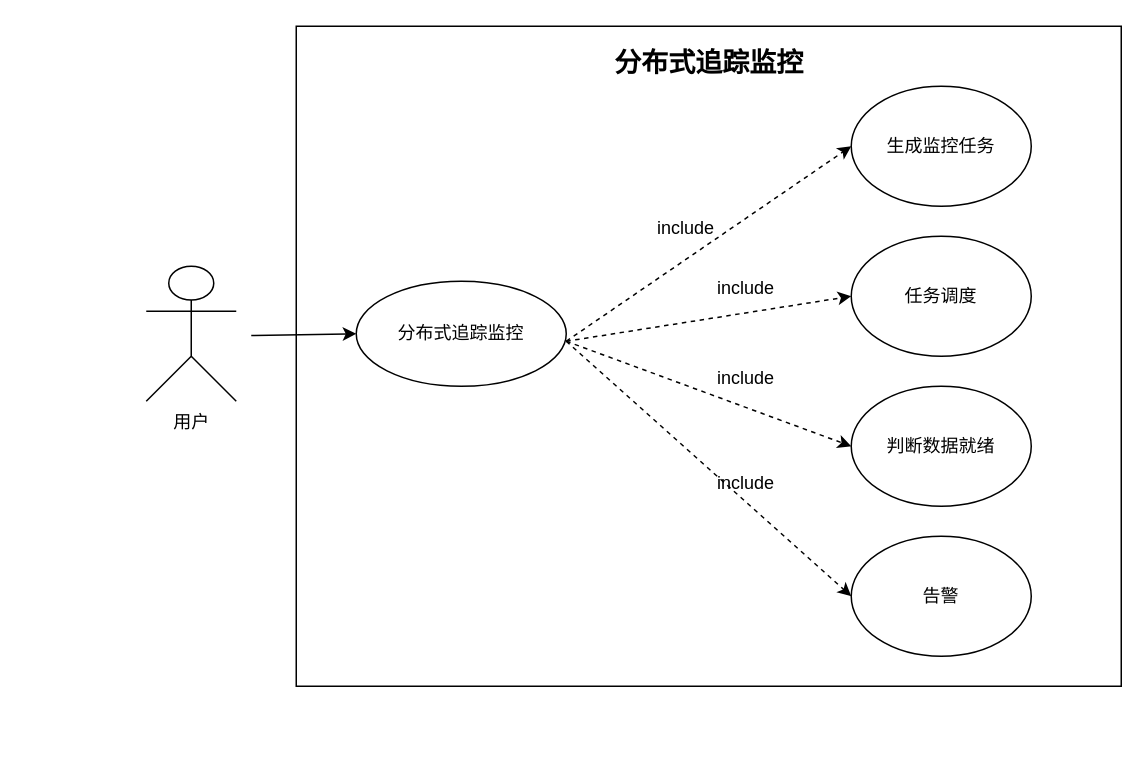
The draw.io diagram 1.7.drawio in tiankuanyu/test, before the edit. Source tidied: cells renumbered, new cells numbered last; positions are measured from the earlier drawing's top-left corner, leaving out a move shared by most shapes. Both pictures are drawn from the tidied source at 150%, with x=0, y=0 at pixel (146, 26).
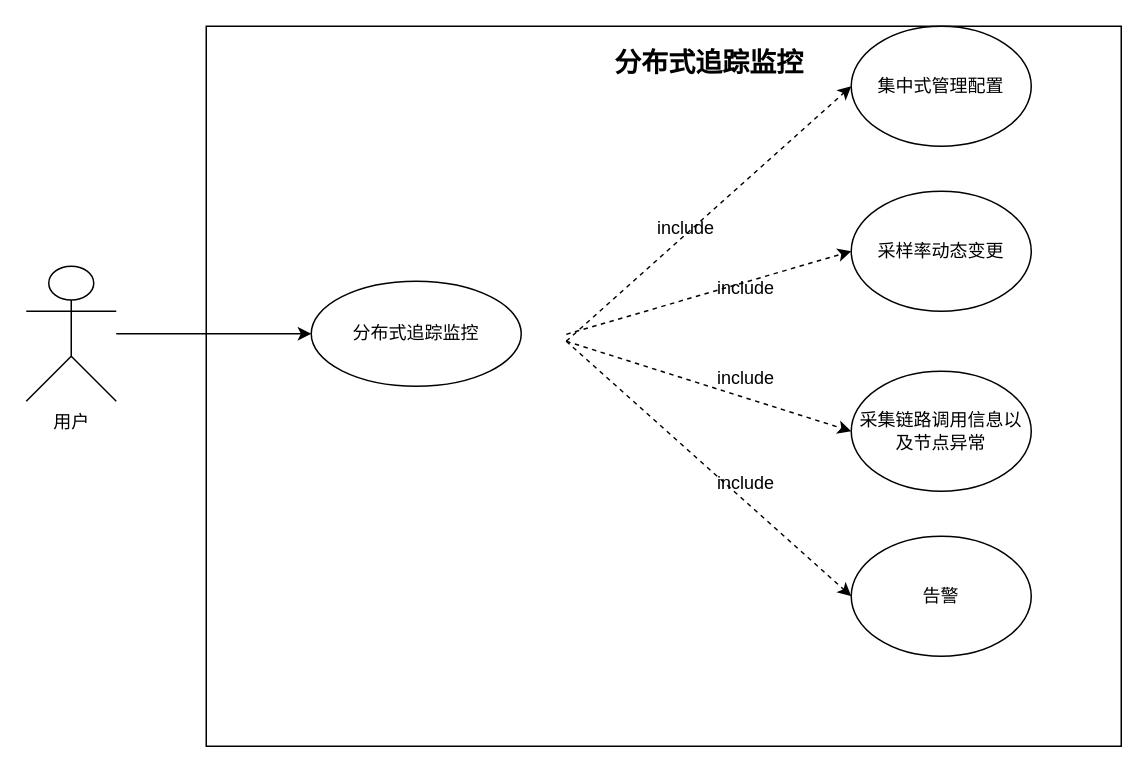
Above is the later version.

What changed in the source:
```diff
@@
     <mxCell id="2" style="rounded=0;whiteSpace=wrap;html=1;" parent="1" vertex="1">
-      <mxGeometry x="100" width="550" height="440" as="geometry" />
+      <mxGeometry x="40" width="610" height="480" as="geometry" />
     </mxCell>
     <mxCell id="3" value="用户" style="shape=umlActor;verticalLabelPosition=bottom;verticalAlign=top;html=1;" parent="1" vertex="1">
-      <mxGeometry y="160" width="60" height="90" as="geometry" />
+      <mxGeometry x="-80" y="160" width="60" height="90" as="geometry" />
     </mxCell>
     <mxCell id="4" value="分布式追踪监控" style="ellipse;whiteSpace=wrap;html=1;" parent="1" vertex="1">
-      <mxGeometry x="140" y="170" width="140" height="70" as="geometry" />
+      <mxGeometry x="110" y="170" width="140" height="70" as="geometry" />
     </mxCell>
-    <mxCell id="5" style="endArrow=classic;html=1;rounded=0;entryX=0;entryY=0.5;entryDx=0;entryDy=0;" parent="1" edge="1" target="4">
-      <mxGeometry relative="1" as="geometry">
-        <mxPoint x="70" y="206.2" as="sourcePoint" />
-      </mxGeometry>
+    <mxCell id="5" style="endArrow=classic;html=1;rounded=0;entryX=0;entryY=0.5;entryDx=0;entryDy=0;" parent="1" edge="1" source="3" target="4">
+      <mxGeometry relative="1" as="geometry" />
     </mxCell>
-    <mxCell id="6" value="生成监控任务" style="ellipse;whiteSpace=wrap;html=1;" parent="1" vertex="1">
-      <mxGeometry x="470" y="40" width="120" height="80" as="geometry" />
+    <mxCell id="6" value="集中式管理配置" style="ellipse;whiteSpace=wrap;html=1;" parent="1" vertex="1">
+      <mxGeometry x="470" width="120" height="80" as="geometry" />
     </mxCell>
-    <mxCell id="7" value="任务调度" style="ellipse;whiteSpace=wrap;html=1;" parent="1" vertex="1">
-      <mxGeometry x="470" y="140" width="120" height="80" as="geometry" />
-    </mxCell>
-    <mxCell id="8" value="判断数据就绪" style="ellipse;whiteSpace=wrap;html=1;" parent="1" vertex="1">
-      <mxGeometry x="470" y="240" width="120" height="80" as="geometry" />
+    <mxCell id="8" value="采集链路调用信息以及节点异常" style="ellipse;whiteSpace=wrap;html=1;" parent="1" vertex="1">
+      <mxGeometry x="470" y="230" width="120" height="80" as="geometry" />
     </mxCell>
@@
-    <mxCell id="11" style="endArrow=classic;html=1;rounded=0;entryX=0;entryY=0.5;entryDx=0;entryDy=0;dashed=1;" parent="1" edge="1" target="7">
+    <mxCell id="11" style="endArrow=classic;html=1;rounded=0;dashed=1;entryX=0;entryY=0.5;entryDx=0;entryDy=0;" parent="1" edge="1" target="19">
       <mxGeometry relative="1" as="geometry">
-        <mxPoint x="280" y="210" as="sourcePoint" />
+        <mxPoint x="280" y="205.4" as="sourcePoint" />
       </mxGeometry>
     </mxCell>
@@
+    <mxCell id="19" value="采样率动态变更" style="ellipse;whiteSpace=wrap;html=1;" parent="1" vertex="1">
+      <mxGeometry x="470" y="110" width="120" height="80" as="geometry" />
+    </mxCell>
```
